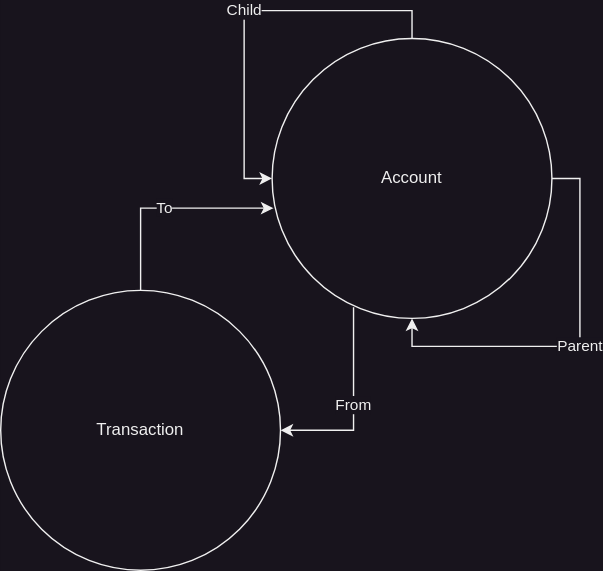
Above: docs/design/Accounts and Transactions/Account-Abstract.drawio.svg in NordGus/fnncr (draw.io), before the change. Source tidied: cells renumbered, new cells last; positions are measured from the earlier drawing's top-left corner, leaving out a move shared by most shapes.
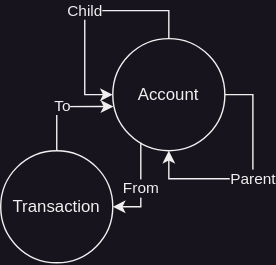
Above is the later version.

Diff of the diagram source:
```diff
@@ -3,36 +3,40 @@
     <mxCell id="0" />
     <mxCell id="1" parent="0" />
     <mxCell id="2" value="Account" style="ellipse;whiteSpace=wrap;html=1;" parent="1" vertex="1">
-      <mxGeometry x="194" y="20" width="200" height="200" as="geometry" />
+      <mxGeometry x="196" y="130" width="80" height="80" as="geometry" />
     </mxCell>
     <mxCell id="3" value="Child" style="edgeStyle=orthogonalEdgeStyle;rounded=0;orthogonalLoop=1;jettySize=auto;html=1;exitX=0.5;exitY=0;exitDx=0;exitDy=0;entryX=0;entryY=0.5;entryDx=0;entryDy=0;" parent="1" edge="1" source="2" target="2">
       <mxGeometry relative="1" as="geometry">
         <Array as="points">
-          <mxPoint x="294" />
-          <mxPoint x="174" />
-          <mxPoint x="174" y="120" />
+          <mxPoint x="236" y="110" />
+          <mxPoint x="176" y="110" />
+          <mxPoint x="176" y="170" />
         </Array>
       </mxGeometry>
     </mxCell>
-    <mxCell id="4" value="Parent" style="edgeStyle=orthogonalEdgeStyle;rounded=0;orthogonalLoop=1;jettySize=auto;html=1;entryX=0.5;entryY=1;entryDx=0;entryDy=0;" parent="1" edge="1" source="2" target="2">
+    <mxCell id="4" value="Parent" style="edgeStyle=orthogonalEdgeStyle;rounded=0;orthogonalLoop=1;jettySize=auto;html=1;entryX=0.5;entryY=1;entryDx=0;entryDy=0;exitX=1;exitY=0.5;exitDx=0;exitDy=0;" parent="1" edge="1" source="2" target="2">
       <mxGeometry relative="1" as="geometry">
         <Array as="points">
-          <mxPoint x="414" y="120" />
-          <mxPoint x="414" y="240" />
-          <mxPoint x="294" y="240" />
+          <mxPoint x="296" y="170" />
+          <mxPoint x="296" y="230" />
+          <mxPoint x="236" y="230" />
         </Array>
       </mxGeometry>
     </mxCell>
     <mxCell id="5" value="Transaction" style="ellipse;whiteSpace=wrap;html=1;" parent="1" vertex="1">
-      <mxGeometry y="200" width="200" height="200" as="geometry" />
+      <mxGeometry x="116" y="210" width="80" height="80" as="geometry" />
     </mxCell>
     <mxCell id="6" value="To" style="edgeStyle=orthogonalEdgeStyle;rounded=0;jettySize=auto;html=1;exitX=0.5;exitY=0;exitDx=0;exitDy=0;entryX=0.005;entryY=0.606;entryDx=0;entryDy=0;entryPerimeter=0;" parent="1" edge="1" source="5" target="2">
-      <mxGeometry relative="1" as="geometry" />
+      <mxGeometry relative="1" as="geometry">
+        <Array as="points">
+          <mxPoint x="156" y="179" />
+        </Array>
+      </mxGeometry>
     </mxCell>
-    <mxCell id="7" value="From" style="edgeStyle=orthogonalEdgeStyle;rounded=0;jettySize=auto;html=1;exitX=0.291;exitY=0.96;exitDx=0;exitDy=0;exitPerimeter=0;entryX=1;entryY=0.5;entryDx=0;entryDy=0;" parent="1" edge="1" source="2" target="5">
+    <mxCell id="7" value="From" style="edgeStyle=orthogonalEdgeStyle;rounded=0;jettySize=auto;html=1;exitX=0.25;exitY=0.93;exitDx=0;exitDy=0;exitPerimeter=0;entryX=1;entryY=0.5;entryDx=0;entryDy=0;" parent="1" edge="1" source="2" target="5">
       <mxGeometry relative="1" as="geometry">
         <Array as="points">
-          <mxPoint x="252" y="300" />
+          <mxPoint x="216" y="250" />
         </Array>
       </mxGeometry>
     </mxCell>
```
